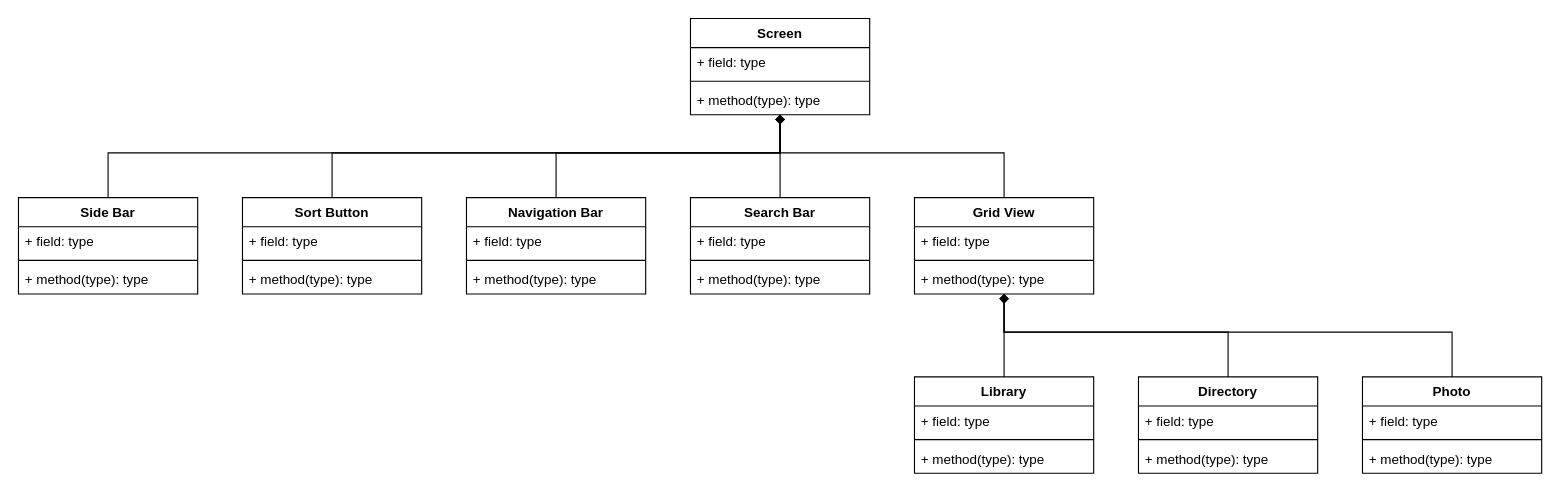
The draw.io diagram docs/UML/FotoNavigationUml.drawio in KevinSchildhorn/FoToPresenter, before the edit. Source tidied: cells renumbered, new cells numbered last; positions are measured from the earlier drawing's top-left corner, leaving out a move shared by most shapes. Both pictures are drawn from the tidied source at 112%, with x=0, y=0 at pixel (18, 18).
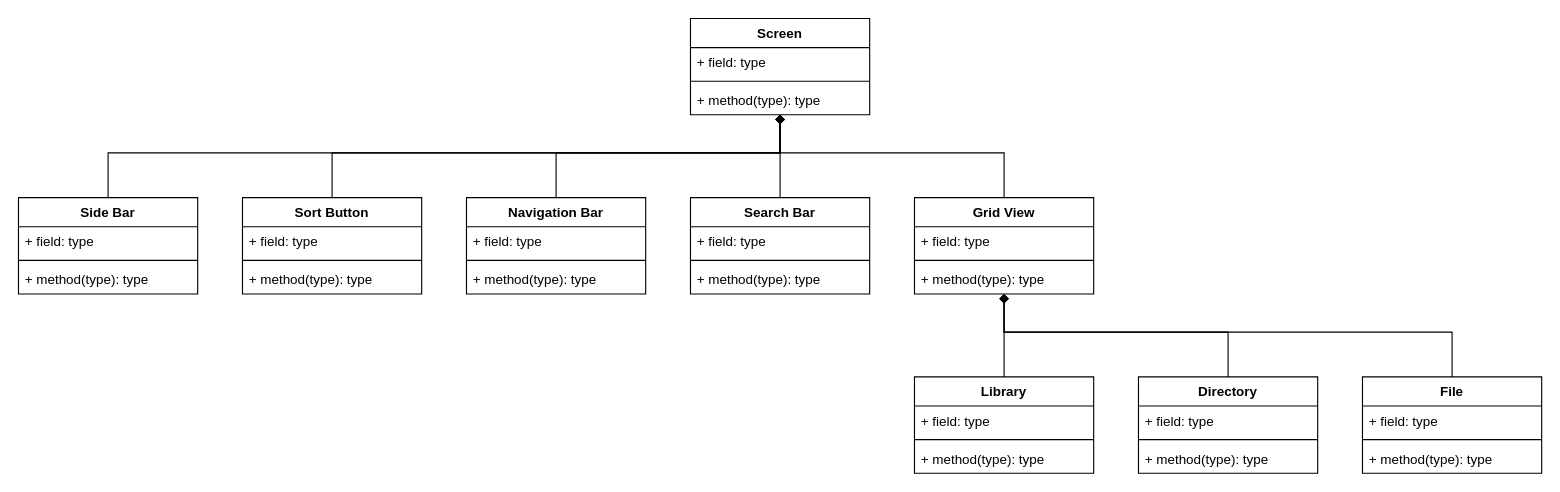
The same page after the edit.

Diff of the diagram source:
```diff
@@
-    <mxCell id="8" value="Photo" style="swimlane;fontStyle=1;align=center;verticalAlign=top;horizontal=1;startSize=26;" parent="1" vertex="1">
+    <mxCell id="8" value="File" style="swimlane;fontStyle=1;align=center;verticalAlign=top;horizontal=1;startSize=26;" parent="1" vertex="1">
       <mxGeometry x="1200" y="320" width="160" height="86" as="geometry" />
     </mxCell>
```
